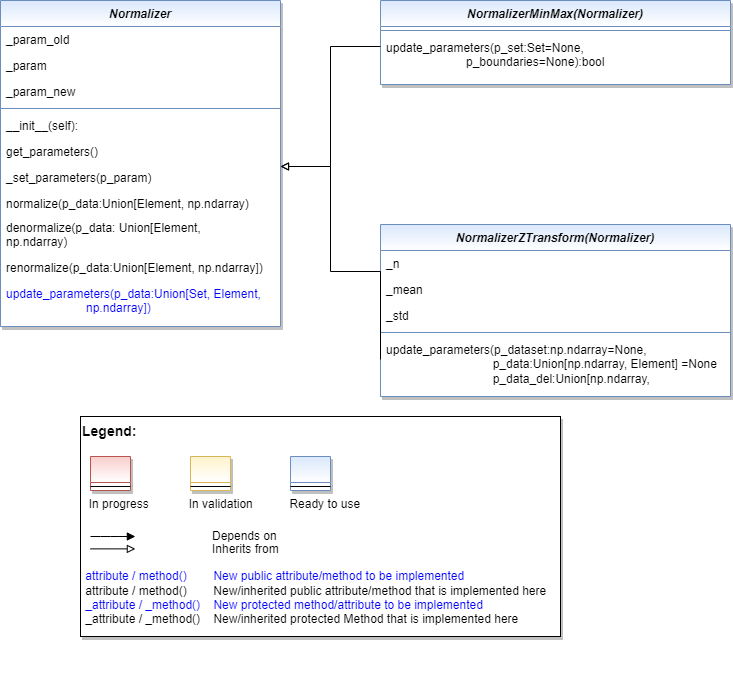
fhswf/MLPro keeps this draw.io diagram as doc/rtd/content/append2/core/images/bf/MLPro-BF-Math-Normalizers_class_diagram.drawio.png. Above is the earlier version. Source tidied: cells renumbered, new cells last; positions are measured from the earlier drawing's top-left corner, leaving out a move shared by most shapes.
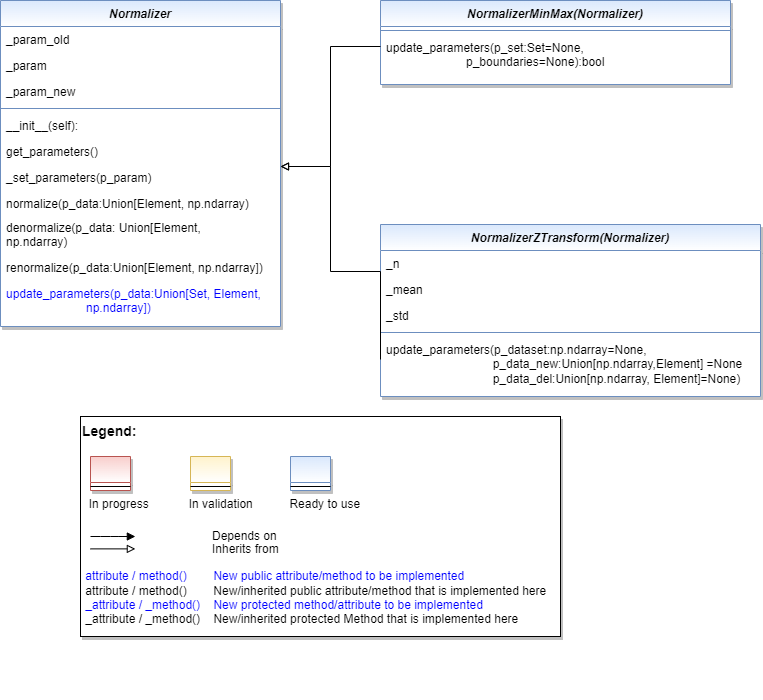
After the commit.

Commit message:
window plot systematics in progress

What changed in the source:
```diff
@@ -57,22 +57,22 @@
       </mxGeometry>
     </mxCell>
     <mxCell id="18" value="NormalizerZTransform(Normalizer)" style="swimlane;fontStyle=3;align=center;verticalAlign=top;horizontal=1;startSize=26;rounded=0;shadow=1;strokeWidth=1;fillColor=#dae8fc;strokeColor=#6c8ebf;gradientColor=#FFFFFF;swimlaneFillColor=#FFFFFF;" parent="1" vertex="1">
-      <mxGeometry x="380" y="224" width="350" height="172" as="geometry" />
+      <mxGeometry x="380" y="224" width="380" height="172" as="geometry" />
     </mxCell>
     <mxCell id="19" value="_n" style="text;align=left;verticalAlign=top;spacingLeft=4;spacingRight=4;overflow=hidden;rounded=0;shadow=0;html=0;" parent="18" vertex="1">
-      <mxGeometry y="26" width="350" height="26" as="geometry" />
+      <mxGeometry y="26" width="380" height="26" as="geometry" />
     </mxCell>
     <mxCell id="20" value="_mean" style="text;align=left;verticalAlign=top;spacingLeft=4;spacingRight=4;overflow=hidden;rounded=0;shadow=0;html=0;" parent="18" vertex="1">
-      <mxGeometry y="52" width="350" height="26" as="geometry" />
+      <mxGeometry y="52" width="380" height="26" as="geometry" />
     </mxCell>
     <mxCell id="21" value="_std" style="text;align=left;verticalAlign=top;spacingLeft=4;spacingRight=4;overflow=hidden;rounded=0;shadow=0;html=0;" parent="18" vertex="1">
-      <mxGeometry y="78" width="350" height="26" as="geometry" />
+      <mxGeometry y="78" width="380" height="26" as="geometry" />
     </mxCell>
     <mxCell id="22" style="line;html=1;strokeWidth=1;align=left;verticalAlign=middle;spacingTop=-1;spacingLeft=3;spacingRight=3;labelPosition=right;fillColor=#dae8fc;strokeColor=#6c8ebf;gradientColor=#FFFFFF;" parent="18" vertex="1">
-      <mxGeometry y="104" width="350" height="8" as="geometry" />
+      <mxGeometry y="104" width="380" height="8" as="geometry" />
     </mxCell>
-    <mxCell id="23" value="update_parameters(p_dataset:np.ndarray=None,                                 p_data:Union[np.ndarray, Element] =None&#10;                                p_data_del:Union[np.ndarray, Element]+none)" style="text;align=left;verticalAlign=top;spacingLeft=4;spacingRight=4;overflow=hidden;points=[[0,0.5],[1,0.5]];portConstraint=eastwest;fontColor=#000000;whiteSpace=wrap;" parent="18" vertex="1">
-      <mxGeometry y="112" width="350" height="46" as="geometry" />
+    <mxCell id="23" value="update_parameters(p_dataset:np.ndarray=None,                                 p_data_new:Union[np.ndarray,Element] =None&#10;                                p_data_del:Union[np.ndarray, Element]=None)" style="text;align=left;verticalAlign=top;spacingLeft=4;spacingRight=4;overflow=hidden;points=[[0,0.5],[1,0.5]];portConstraint=eastwest;fontColor=#000000;whiteSpace=wrap;" parent="18" vertex="1">
+      <mxGeometry y="112" width="380" height="46" as="geometry" />
     </mxCell>
     <mxCell id="24" style="edgeStyle=orthogonalEdgeStyle;rounded=0;jettySize=auto;html=1;fontColor=#000000;endArrow=block;endFill=0;exitX=0;exitY=0.5;exitDx=0;exitDy=0;" parent="1" edge="1" source="23">
       <mxGeometry relative="1" as="geometry">
```
